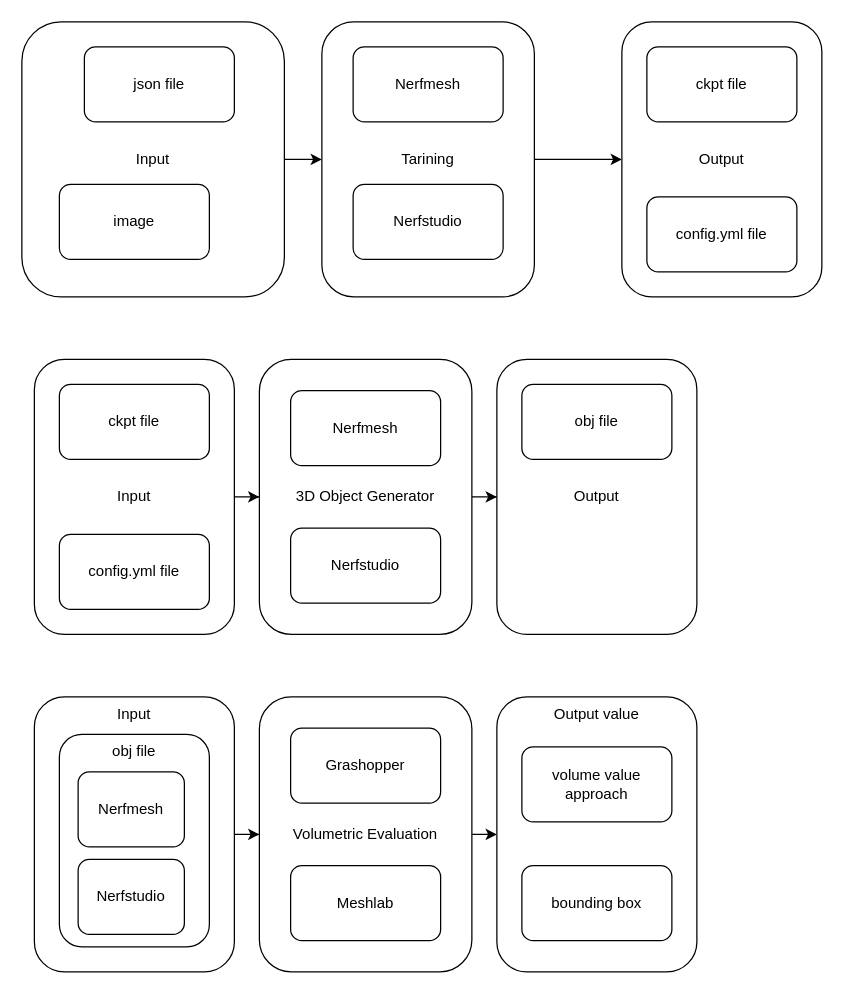
Above: Diagram Tanpa Judul.drawio in nabilbachroin/draw.io_nabil (draw.io), before the change. Source tidied: cells renumbered, new cells numbered last; positions are measured from the earlier drawing's top-left corner, leaving out a move shared by most shapes. Both pictures are drawn from the tidied source at 125%, with x=0, y=0 at pixel (21, 21).
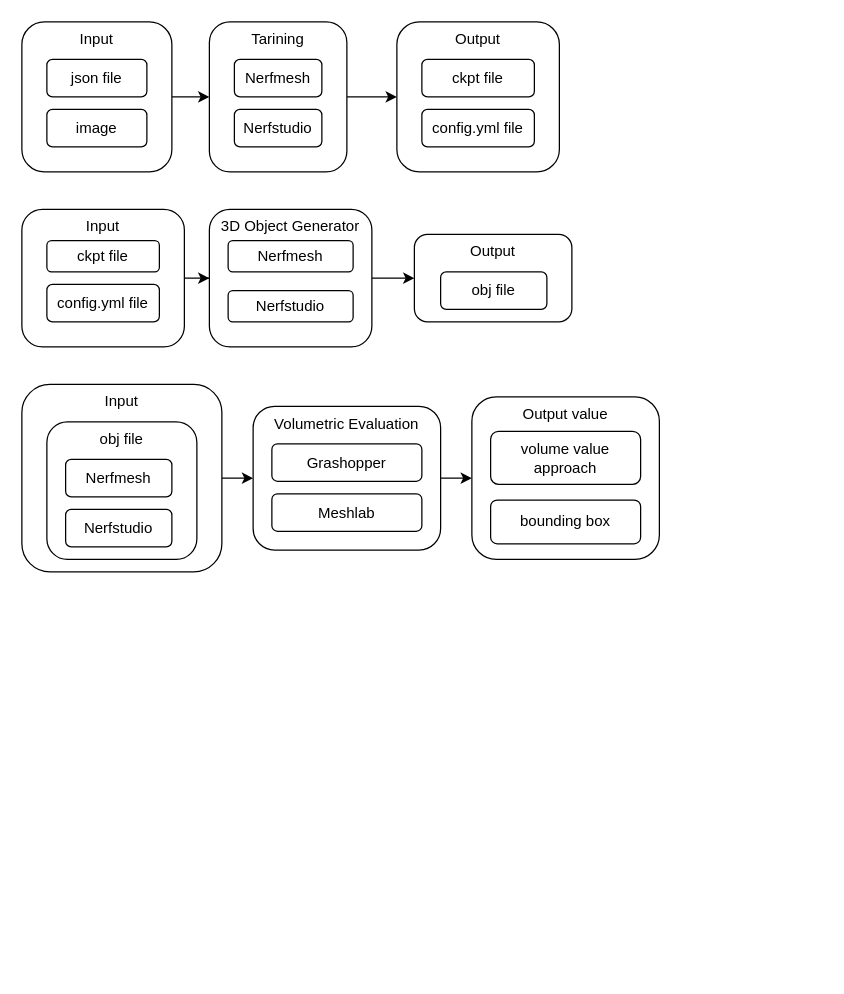
The same page after the edit.

Diff of the diagram source:
```diff
@@
-    <mxCell id="3" value="Input" style="rounded=1;whiteSpace=wrap;html=1;" parent="1" vertex="1">
-      <mxGeometry width="210" height="220" as="geometry" />
+    <mxCell id="3" value="Input" style="rounded=1;whiteSpace=wrap;html=1;verticalAlign=top;" parent="1" vertex="1">
+      <mxGeometry width="120" height="120" as="geometry" />
     </mxCell>
     <mxCell id="4" value="image" style="rounded=1;whiteSpace=wrap;html=1;" parent="1" vertex="1">
-      <mxGeometry x="30" y="130" width="120" height="60" as="geometry" />
+      <mxGeometry x="20" y="70" width="80" height="30" as="geometry" />
     </mxCell>
     <mxCell id="5" value="json file" style="rounded=1;whiteSpace=wrap;html=1;" parent="1" vertex="1">
-      <mxGeometry x="50" y="20" width="120" height="60" as="geometry" />
+      <mxGeometry x="20" y="30" width="80" height="30" as="geometry" />
     </mxCell>
@@
-    <mxCell id="7" value="Tarining" style="rounded=1;whiteSpace=wrap;html=1;" parent="1" vertex="1">
-      <mxGeometry x="240" width="170" height="220" as="geometry" />
+    <mxCell id="7" value="Tarining" style="rounded=1;whiteSpace=wrap;html=1;verticalAlign=top;" parent="1" vertex="1">
+      <mxGeometry x="150" width="110" height="120" as="geometry" />
     </mxCell>
-    <mxCell id="8" value="Output" style="rounded=1;whiteSpace=wrap;html=1;" parent="1" vertex="1">
-      <mxGeometry x="480" width="160" height="220" as="geometry" />
+    <mxCell id="8" value="Output" style="rounded=1;whiteSpace=wrap;html=1;verticalAlign=top;" parent="1" vertex="1">
+      <mxGeometry x="300" width="130" height="120" as="geometry" />
     </mxCell>
     <mxCell id="9" value="ckpt file" style="rounded=1;whiteSpace=wrap;html=1;" parent="1" vertex="1">
-      <mxGeometry x="500" y="20" width="120" height="60" as="geometry" />
+      <mxGeometry x="320" y="30" width="90" height="30" as="geometry" />
     </mxCell>
     <mxCell id="10" value="config.yml file" style="rounded=1;whiteSpace=wrap;html=1;" parent="1" vertex="1">
-      <mxGeometry x="500" y="140" width="120" height="60" as="geometry" />
+      <mxGeometry x="320" y="70" width="90" height="30" as="geometry" />
     </mxCell>
@@
-    <mxCell id="12" value="Input" style="rounded=1;whiteSpace=wrap;html=1;" parent="1" vertex="1">
-      <mxGeometry x="10" y="270" width="160" height="220" as="geometry" />
+    <mxCell id="12" value="Input" style="rounded=1;whiteSpace=wrap;html=1;verticalAlign=top;" parent="1" vertex="1">
+      <mxGeometry y="150" width="130" height="110" as="geometry" />
     </mxCell>
     <mxCell id="13" value="ckpt file" style="rounded=1;whiteSpace=wrap;html=1;" parent="1" vertex="1">
-      <mxGeometry x="30" y="290" width="120" height="60" as="geometry" />
+      <mxGeometry x="20" y="175" width="90" height="25" as="geometry" />
     </mxCell>
     <mxCell id="14" value="config.yml file" style="rounded=1;whiteSpace=wrap;html=1;" parent="1" vertex="1">
-      <mxGeometry x="30" y="410" width="120" height="60" as="geometry" />
+      <mxGeometry x="20" y="210" width="90" height="30" as="geometry" />
     </mxCell>
@@
-    <mxCell id="16" value="3D Object Generator" style="rounded=1;whiteSpace=wrap;html=1;" parent="1" vertex="1">
-      <mxGeometry x="190" y="270" width="170" height="220" as="geometry" />
+    <mxCell id="16" value="3D Object Generator" style="rounded=1;whiteSpace=wrap;html=1;verticalAlign=top;" parent="1" vertex="1">
+      <mxGeometry x="150" y="150" width="130" height="110" as="geometry" />
     </mxCell>
-    <mxCell id="17" value="Output" style="rounded=1;whiteSpace=wrap;html=1;" parent="1" vertex="1">
-      <mxGeometry x="380" y="270" width="160" height="220" as="geometry" />
+    <mxCell id="17" value="Output" style="rounded=1;whiteSpace=wrap;html=1;verticalAlign=top;" parent="1" vertex="1">
+      <mxGeometry x="314" y="170" width="126" height="70" as="geometry" />
     </mxCell>
     <mxCell id="18" value="Nerfmesh" style="rounded=1;whiteSpace=wrap;html=1;" parent="1" vertex="1">
-      <mxGeometry x="265" y="20" width="120" height="60" as="geometry" />
+      <mxGeometry x="170" y="30" width="70" height="30" as="geometry" />
     </mxCell>
     <mxCell id="19" value="Nerfstudio" style="rounded=1;whiteSpace=wrap;html=1;" parent="1" vertex="1">
-      <mxGeometry x="265" y="130" width="120" height="60" as="geometry" />
+      <mxGeometry x="170" y="70" width="70" height="30" as="geometry" />
     </mxCell>
     <mxCell id="20" value="obj file" style="rounded=1;whiteSpace=wrap;html=1;" parent="1" vertex="1">
-      <mxGeometry x="400" y="290" width="120" height="60" as="geometry" />
+      <mxGeometry x="335" y="200" width="85" height="30" as="geometry" />
     </mxCell>
     <mxCell id="21" value="Nerfmesh" style="rounded=1;whiteSpace=wrap;html=1;" parent="1" vertex="1">
-      <mxGeometry x="215" y="295" width="120" height="60" as="geometry" />
+      <mxGeometry x="165" y="175" width="100" height="25" as="geometry" />
     </mxCell>
-    <mxCell id="22" value="Nerfstudio" style="rounded=1;whiteSpace=wrap;html=1;" parent="1" vertex="1">
-      <mxGeometry x="215" y="405" width="120" height="60" as="geometry" />
-    </mxCell>
@@
     <mxCell id="24" value="Input" style="rounded=1;whiteSpace=wrap;html=1;verticalAlign=top;" parent="1" vertex="1">
-      <mxGeometry x="10" y="540" width="160" height="220" as="geometry" />
+      <mxGeometry y="290" width="160" height="150" as="geometry" />
     </mxCell>
     <mxCell id="25" value="obj file" style="rounded=1;whiteSpace=wrap;html=1;verticalAlign=top;" parent="1" vertex="1">
-      <mxGeometry x="30" y="570" width="120" height="170" as="geometry" />
+      <mxGeometry x="20" y="320" width="120" height="110" as="geometry" />
     </mxCell>
@@
-    <mxCell id="27" value="Volumetric Evaluation" style="rounded=1;whiteSpace=wrap;html=1;" parent="1" vertex="1">
-      <mxGeometry x="190" y="540" width="170" height="220" as="geometry" />
+    <mxCell id="27" value="Volumetric Evaluation" style="rounded=1;whiteSpace=wrap;html=1;verticalAlign=top;" parent="1" vertex="1">
+      <mxGeometry x="185" y="307.5" width="150" height="115" as="geometry" />
     </mxCell>
     <mxCell id="28" value="Grashopper" style="rounded=1;whiteSpace=wrap;html=1;" parent="1" vertex="1">
-      <mxGeometry x="215" y="565" width="120" height="60" as="geometry" />
+      <mxGeometry x="200" y="337.5" width="120" height="30" as="geometry" />
     </mxCell>
     <mxCell id="29" value="Meshlab" style="rounded=1;whiteSpace=wrap;html=1;" parent="1" vertex="1">
-      <mxGeometry x="215" y="675" width="120" height="60" as="geometry" />
+      <mxGeometry x="200" y="377.5" width="120" height="30" as="geometry" />
     </mxCell>
     <mxCell id="30" value="Nerfmesh" style="rounded=1;whiteSpace=wrap;html=1;" parent="1" vertex="1">
-      <mxGeometry x="45" y="600" width="85" height="60" as="geometry" />
+      <mxGeometry x="35" y="350" width="85" height="30" as="geometry" />
     </mxCell>
     <mxCell id="31" value="Nerfstudio" style="rounded=1;whiteSpace=wrap;html=1;" parent="1" vertex="1">
-      <mxGeometry x="45" y="670" width="85" height="60" as="geometry" />
+      <mxGeometry x="35" y="390" width="85" height="30" as="geometry" />
     </mxCell>
     <mxCell id="32" value="Output value" style="rounded=1;whiteSpace=wrap;html=1;verticalAlign=top;" parent="1" vertex="1">
-      <mxGeometry x="380" y="540" width="160" height="220" as="geometry" />
+      <mxGeometry x="360" y="300" width="150" height="130" as="geometry" />
     </mxCell>
     <mxCell id="33" value="volume value approach" style="rounded=1;whiteSpace=wrap;html=1;" parent="1" vertex="1">
-      <mxGeometry x="400" y="580" width="120" height="60" as="geometry" />
+      <mxGeometry x="375" y="327.5" width="120" height="42.5" as="geometry" />
     </mxCell>
     <mxCell id="34" value="bounding box" style="rounded=1;whiteSpace=wrap;html=1;" parent="1" vertex="1">
-      <mxGeometry x="400" y="675" width="120" height="60" as="geometry" />
+      <mxGeometry x="375" y="382.5" width="120" height="35" as="geometry" />
     </mxCell>
+    <mxCell id="22" value="Nerfstudio" style="rounded=1;whiteSpace=wrap;html=1;" parent="1" vertex="1">
+      <mxGeometry x="165" y="215" width="100" height="25" as="geometry" />
+    </mxCell>
```
